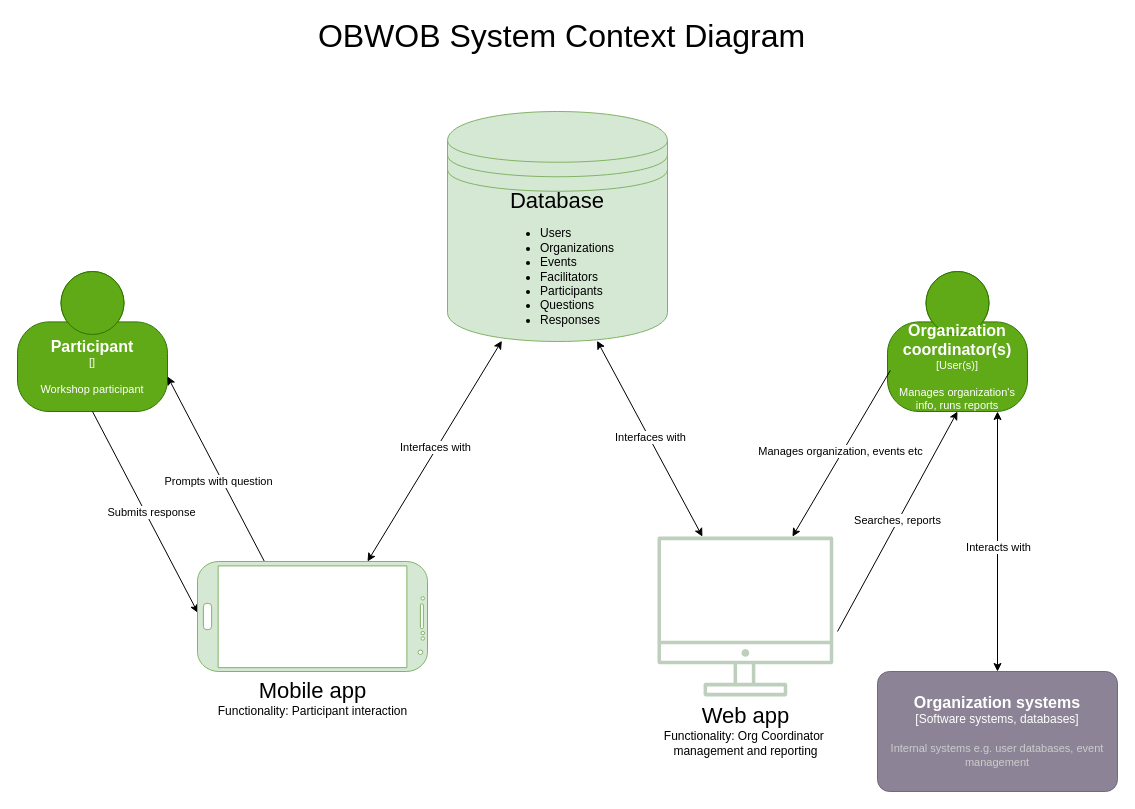
Earlier version of the draw.io diagram documentation/c4-diagrams/1_obwob_system_context_diagram.drawio (laurapg1214/impact-web-interface). Source tidied: cells renumbered, new cells numbered last; positions are measured from the earlier drawing's top-left corner, leaving out a move shared by most shapes. Both pictures are drawn from the tidied source at 100%, with x=0, y=0 at pixel (17, 21).
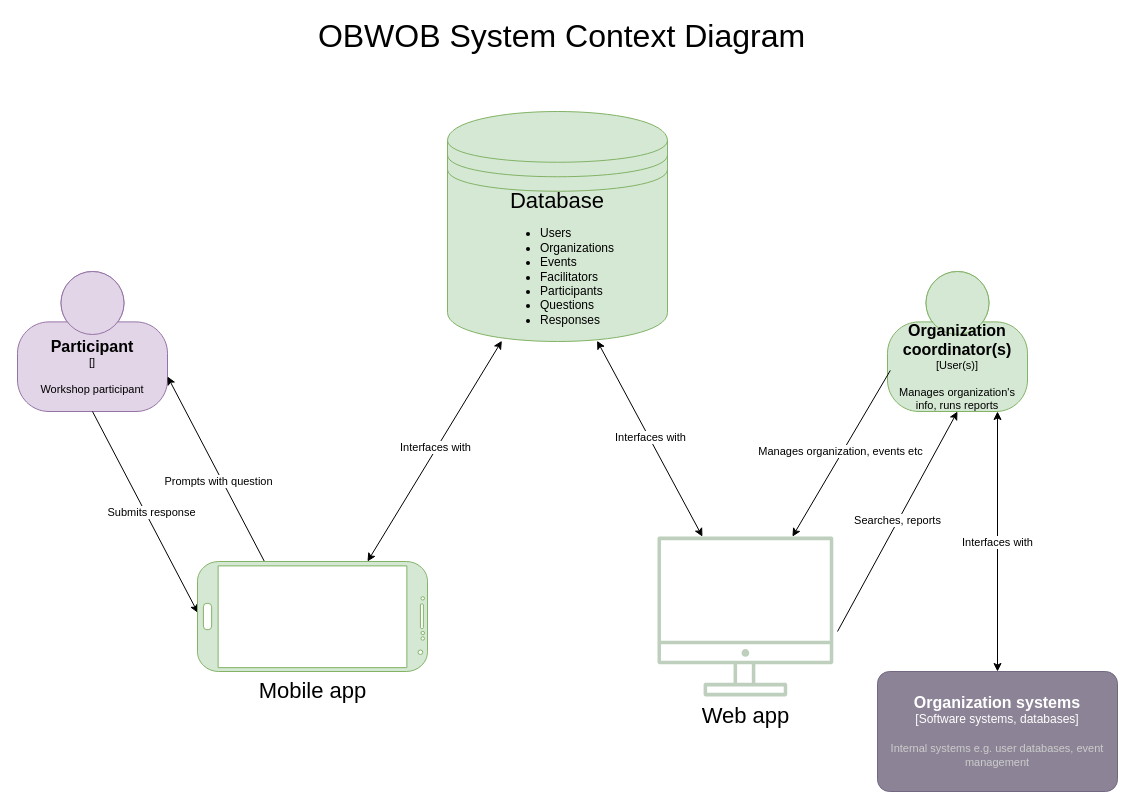
The same diagram, later.

The change refers to these unchanged cells:
```xml
<object id="20" label="&lt;font style=&quot;font-size: 16px&quot;&gt;&lt;b&gt;%c4Name%&lt;/b&gt;&lt;/font&gt;&lt;div&gt;[%c4Type%]&lt;/div&gt;&lt;br&gt;&lt;div&gt;&lt;font style=&quot;font-size: 11px&quot;&gt;&lt;font color=&quot;#cccccc&quot;&gt;%c4Description%&lt;/font&gt;&lt;/div&gt;" c4Description="Internal systems e.g. user databases, event management" c4Name="Organization systems" c4Type="Software systems, databases" placeholders="1">
  <mxCell style="rounded=1;whiteSpace=wrap;html=1;labelBackgroundColor=none;fillColor=#8C8496;fontColor=#ffffff;align=center;arcSize=10;strokeColor=#736782;points=[[0.25,0,0],[0.5,0,0],[0.75,0,0],[1,0.25,0],[1,0.5,0],[1,0.75,0],[0.75,1,0],[0.5,1,0],[0.25,1,0],[0,0.75,0],[0,0.5,0],[0,0.25,0]];" parent="1" vertex="1">
    <mxGeometry x="860" y="650" width="240" height="120" as="geometry" />
  </mxCell>
</object>
```

Change to the diagram source:
```diff
@@
-    <object id="2" label="&lt;font style=&quot;font-size: 16px&quot;&gt;&lt;b&gt;%c4Name%&lt;/b&gt;&lt;/font&gt;&lt;div&gt;[%c4Type%]&lt;/div&gt;&lt;br&gt;&lt;div&gt;&lt;font style=&quot;font-size: 11px&quot;&gt;&lt;font color=&quot;#ffffff&quot;&gt;%c4Description%&lt;/font&gt;&lt;/div&gt;" c4Description="Workshop participant" c4Name="Participant" c4Type="" placeholders="1">
-      <mxCell style="html=1;fontSize=11;dashed=0;whiteSpace=wrap;fillColor=#60a917;strokeColor=#2D7600;shape=mxgraph.c4.person2;align=center;points=[[0.5,0,0],[1,0.5,0],[1,0.75,0],[0.75,1,0],[0.5,1,0],[0.25,1,0],[0,0.75,0],[0,0.5,0]];fontColor=#ffffff;" parent="1" vertex="1">
+    <object id="2" label="&lt;font style=&quot;font-size: 16px&quot;&gt;&lt;b&gt;%c4Name%&lt;/b&gt;&lt;/font&gt;&lt;div&gt;[%c4Type%]&lt;/div&gt;&lt;br&gt;&lt;div&gt;&lt;font style=&quot;font-size: 11px&quot;&gt;&lt;font color=&quot;#000000&quot;&gt;%c4Description%&lt;/font&gt;&lt;/div&gt;" c4Description="Workshop participant" c4Name="Participant" c4Type="" placeholders="1">
+      <mxCell style="html=1;fontSize=11;dashed=0;whiteSpace=wrap;fillColor=#e1d5e7;strokeColor=#9673a6;shape=mxgraph.c4.person2;align=center;points=[[0.5,0,0],[1,0.5,0],[1,0.75,0],[0.75,1,0],[0.5,1,0],[0.25,1,0],[0,0.75,0],[0,0.5,0]];" parent="1" vertex="1">
         <mxGeometry y="250" width="150" height="140" as="geometry" />
       </mxCell>
     </object>
-    <object id="3" label="&lt;font style=&quot;font-size: 16px&quot;&gt;&lt;b&gt;%c4Name%&lt;/b&gt;&lt;/font&gt;&lt;div&gt;[%c4Type%]&lt;/div&gt;&lt;br&gt;&lt;div&gt;&lt;font style=&quot;font-size: 11px&quot;&gt;&lt;font color=&quot;#ffffff&quot;&gt;%c4Description%&lt;/font&gt;&lt;/div&gt;" c4Description="Manages organization's info, runs reports" c4Name="Organization coordinator(s)" c4Type="User(s)" placeholders="1">
-      <mxCell style="html=1;fontSize=11;dashed=0;whiteSpace=wrap;fillColor=#60a917;strokeColor=#2D7600;shape=mxgraph.c4.person2;align=center;points=[[0.5,0,0],[1,0.5,0],[1,0.75,0],[0.75,1,0],[0.5,1,0],[0.25,1,0],[0,0.75,0],[0,0.5,0]];fontColor=#ffffff;" parent="1" vertex="1">
+    <object id="3" label="&lt;font style=&quot;font-size: 16px&quot;&gt;&lt;b&gt;%c4Name%&lt;/b&gt;&lt;/font&gt;&lt;div&gt;[%c4Type%]&lt;/div&gt;&lt;br&gt;&lt;div&gt;&lt;font style=&quot;font-size: 11px&quot;&gt;&lt;font color=&quot;#000000&quot;&gt;%c4Description%&lt;/font&gt;&lt;/div&gt;" c4Description="Manages organization's info, runs reports" c4Name="Organization coordinator(s)" c4Type="User(s)" placeholders="1">
+      <mxCell style="html=1;fontSize=11;dashed=0;whiteSpace=wrap;fillColor=#d5e8d4;strokeColor=#82b366;shape=mxgraph.c4.person2;align=center;points=[[0.5,0,0],[1,0.5,0],[1,0.75,0],[0.75,1,0],[0.5,1,0],[0.25,1,0],[0,0.75,0],[0,0.5,0]];" parent="1" vertex="1">
         <mxGeometry x="870" y="250" width="140" height="140" as="geometry" />
       </mxCell>
     </object>
@@
-    <mxCell id="12" value="&lt;font style=&quot;font-size: 22px;&quot;&gt;Mobile app&lt;/font&gt;&lt;div&gt;&lt;font style=&quot;font-size: 12px;&quot;&gt;Functionality: Participant interaction&lt;/font&gt;&lt;/div&gt;" style="verticalLabelPosition=bottom;verticalAlign=top;html=1;shadow=0;dashed=0;strokeWidth=1;shape=mxgraph.android.phone2;strokeColor=#82b366;direction=south;fillColor=#d5e8d4;" parent="1" vertex="1">
+    <mxCell id="12" value="&lt;font style=&quot;font-size: 22px;&quot;&gt;Mobile app&lt;/font&gt;" style="verticalLabelPosition=bottom;verticalAlign=top;html=1;shadow=0;dashed=0;strokeWidth=1;shape=mxgraph.android.phone2;strokeColor=#82b366;direction=south;fillColor=#d5e8d4;" parent="1" vertex="1">
       <mxGeometry x="180" y="540" width="230" height="110" as="geometry" />
     </mxCell>
-    <mxCell id="13" value="&lt;font style=&quot;font-size: 22px;&quot;&gt;Web app&lt;/font&gt;&lt;div&gt;&lt;font style=&quot;font-size: 12px;&quot;&gt;Functionality: Org Coordinator&amp;nbsp;&lt;/font&gt;&lt;/div&gt;&lt;div&gt;&lt;font style=&quot;font-size: 12px;&quot;&gt;management and reporting&lt;/font&gt;&lt;/div&gt;" style="sketch=0;outlineConnect=0;strokeColor=#668C50;fillColor=#BECFBD;dashed=0;verticalLabelPosition=bottom;verticalAlign=top;align=center;html=1;fontSize=12;fontStyle=0;shape=mxgraph.aws4.illustration_desktop;" parent="1" vertex="1">
+    <mxCell id="13" value="&lt;font style=&quot;font-size: 22px;&quot;&gt;Web app&lt;/font&gt;" style="sketch=0;outlineConnect=0;strokeColor=#668C50;fillColor=#BECFBD;dashed=0;verticalLabelPosition=bottom;verticalAlign=top;align=center;html=1;fontSize=12;fontStyle=0;shape=mxgraph.aws4.illustration_desktop;" parent="1" vertex="1">
       <mxGeometry x="640" y="515" width="175.8" height="160" as="geometry" />
     </mxCell>
@@
-    <mxCell id="21" style="endArrow=classic;startArrow=classic;html=1;rounded=0;exitX=0.5;exitY=0;exitDx=0;exitDy=0;exitPerimeter=0;" parent="1" edge="1" source="20">
-      <mxGeometry relative="1" as="geometry">
-        <mxPoint x="980" y="390" as="targetPoint" />
-      </mxGeometry>
-    </mxCell>
-    <mxCell id="22" value="Interacts with" style="edgeLabel;html=1;align=center;verticalAlign=middle;" parent="21" vertex="1">
-      <mxGeometry x="-0.04" relative="1" as="geometry" />
-    </mxCell>
+    <mxCell id="23" style="endArrow=classic;startArrow=classic;html=1;rounded=0;exitX=0.5;exitY=0;exitDx=0;exitDy=0;exitPerimeter=0;" parent="1" edge="1" source="20">
+      <mxGeometry relative="1" as="geometry">
+        <mxPoint x="980" y="390" as="targetPoint" />
+      </mxGeometry>
+    </mxCell>
+    <mxCell id="24" value="Interfaces with" style="edgeLabel;html=1;align=center;verticalAlign=middle;" parent="23" vertex="1">
+      <mxGeometry y="1" relative="1" as="geometry" />
+    </mxCell>
```
